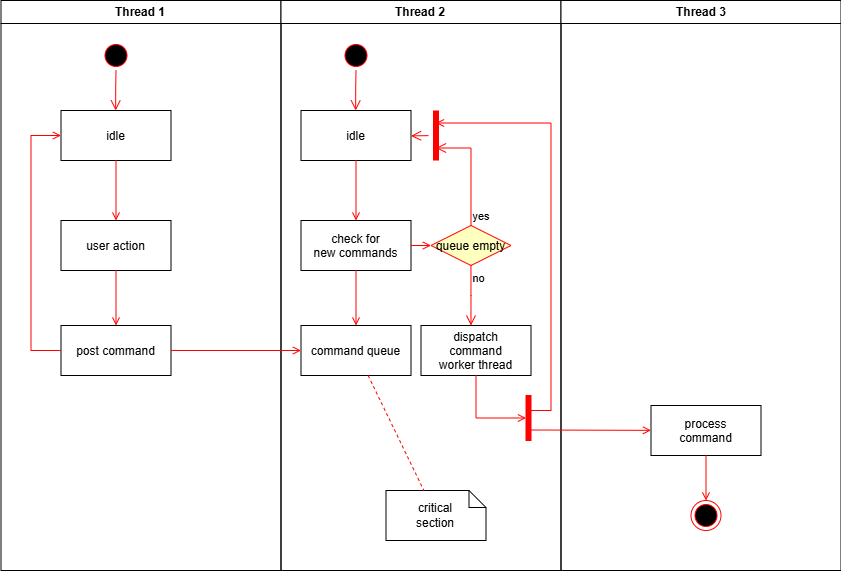
Above: 点餐小程序.drawio.png in wuyuhang911/draw (draw.io), before the change. Source tidied: cells renumbered, new cells last; positions are measured from the earlier drawing's top-left corner, leaving out a move shared by most shapes.
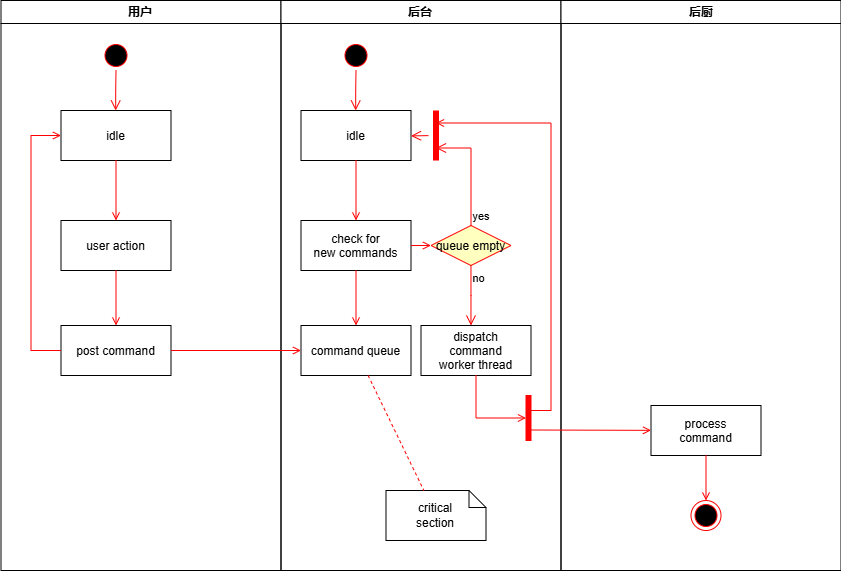
The same file after the commit.

Commit message:
更新点餐小程序.drawio.png

Diff of the diagram source:
```diff
@@ -2,7 +2,7 @@
   <root>
     <mxCell id="0" />
     <mxCell id="1" parent="0" />
-    <mxCell id="2" value="Thread 1" style="swimlane;whiteSpace=wrap;" parent="1" vertex="1">
+    <mxCell id="2" value="用户" style="swimlane;whiteSpace=wrap;" parent="1" vertex="1">
       <mxGeometry x="0.5" width="280" height="570" as="geometry" />
     </mxCell>
     <mxCell id="3" style="ellipse;shape=startState;fillColor=#000000;strokeColor=#ff0000;" parent="2" vertex="1">
@@ -33,7 +33,7 @@
         </Array>
       </mxGeometry>
     </mxCell>
-    <mxCell id="11" value="Thread 2" style="swimlane;whiteSpace=wrap;" parent="1" vertex="1">
+    <mxCell id="11" value="后台" style="swimlane;whiteSpace=wrap;startSize=23;" parent="1" vertex="1">
       <mxGeometry x="280.5" width="280" height="570" as="geometry" />
     </mxCell>
     <mxCell id="12" style="ellipse;shape=startState;fillColor=#000000;strokeColor=#ff0000;" parent="11" vertex="1">
@@ -98,7 +98,7 @@
         </Array>
       </mxGeometry>
     </mxCell>
-    <mxCell id="30" value="Thread 3" style="swimlane;whiteSpace=wrap;" parent="1" vertex="1">
+    <mxCell id="30" value="后厨" style="swimlane;whiteSpace=wrap;startSize=23;" parent="1" vertex="1">
       <mxGeometry x="560.5" width="280" height="570" as="geometry" />
     </mxCell>
     <mxCell id="31" value="process&#10;command" parent="30" vertex="1">
```
